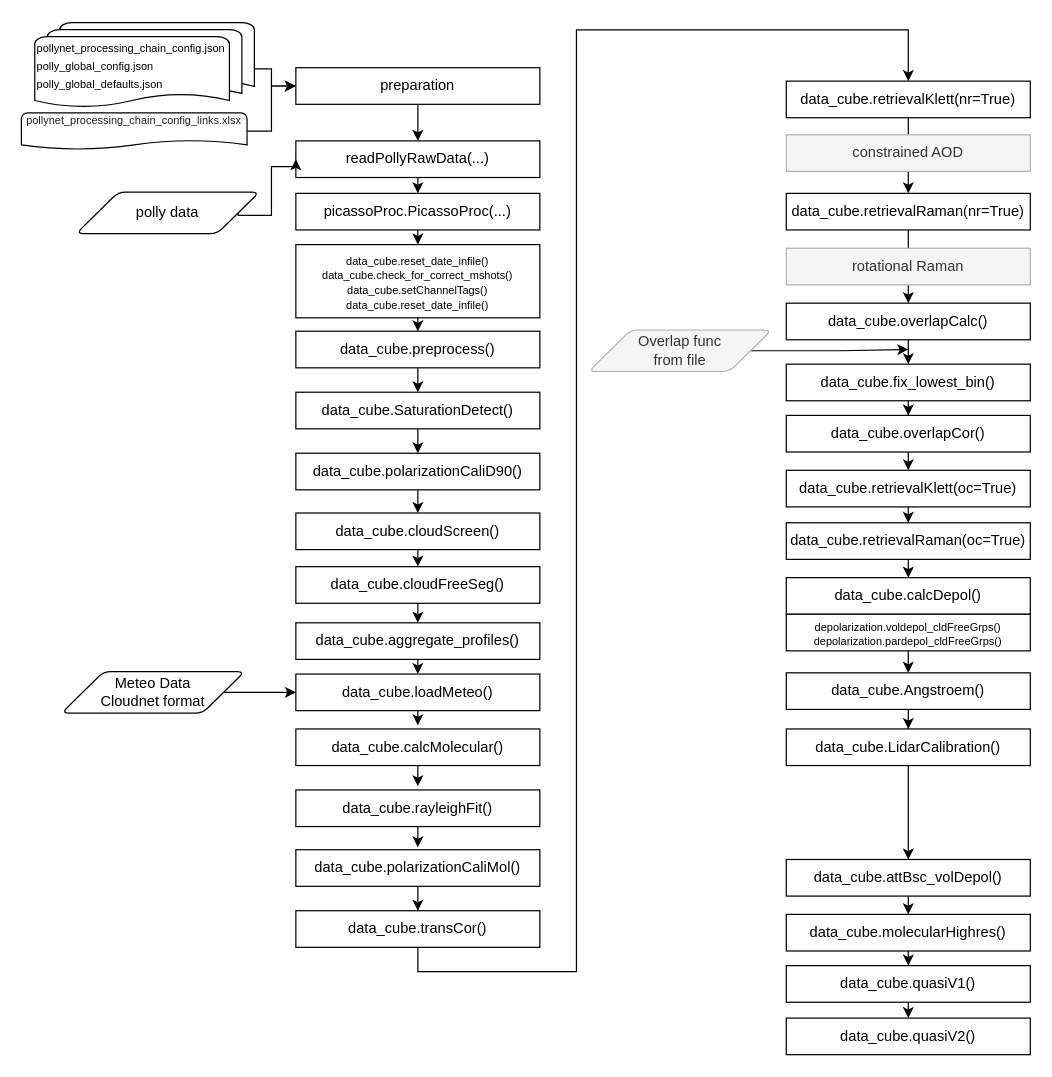
Above: docs/source/userguide/PicassoPy_data_flow.drawio in PollyNET/PicassoPy (draw.io), before the change. Source tidied: cells renumbered, new cells numbered last; positions are measured from the earlier drawing's top-left corner, leaving out a move shared by most shapes. Both pictures are drawn from the tidied source at 122%, with x=0, y=0 at pixel (21, 22).
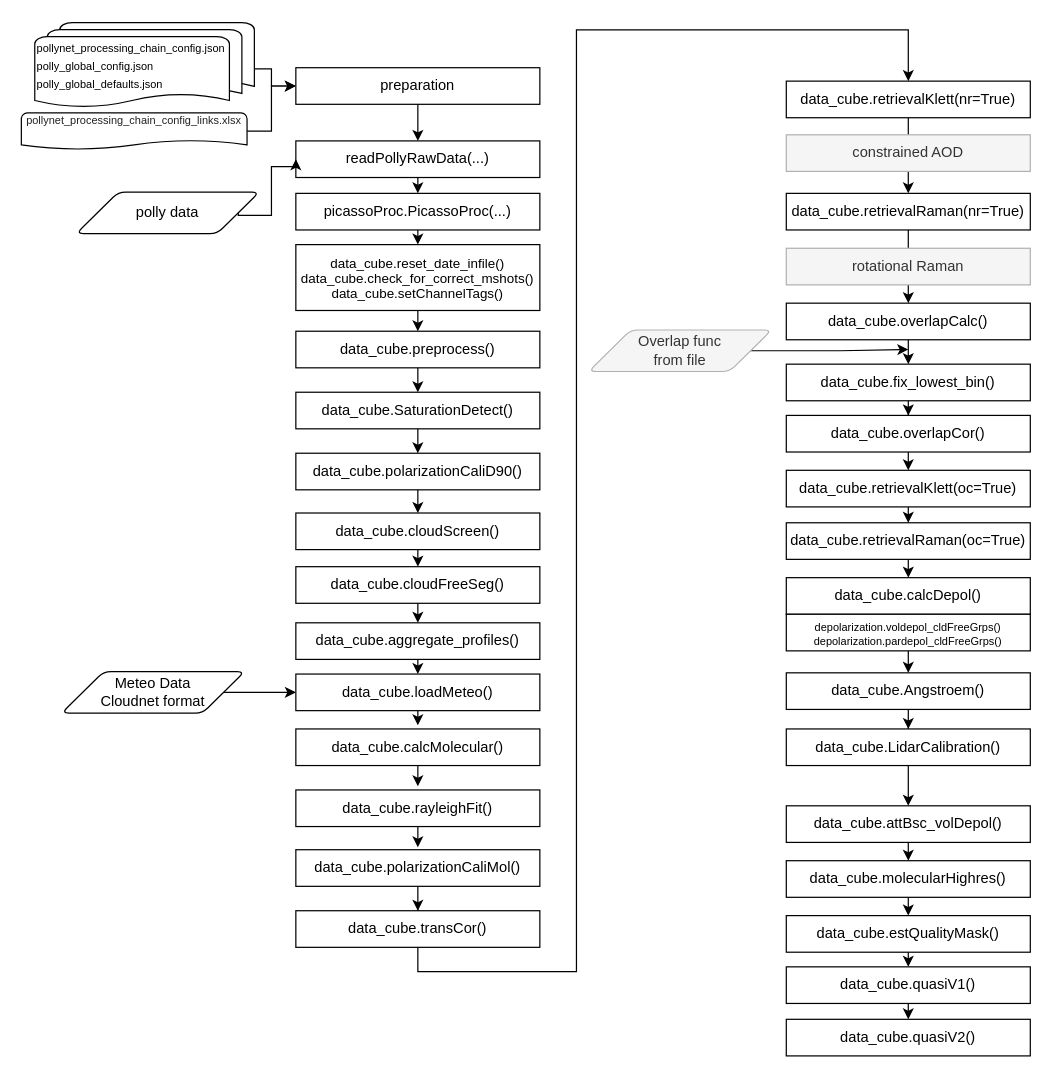
The same diagram, later.

Diff of the diagram source:
```diff
@@
     <mxCell id="51" value="data_cube.attBsc_volDepol()" style="rounded=0;whiteSpace=wrap;html=1;" parent="1" vertex="1">
-      <mxGeometry x="627" y="686" width="200" height="30" as="geometry" />
+      <mxGeometry x="627" y="642" width="200" height="30" as="geometry" />
     </mxCell>
-    <mxCell id="52" style="edgeStyle=orthogonalEdgeStyle;rounded=0;jettySize=auto;html=1;exitX=0.5;exitY=1;exitDx=0;exitDy=0;entryX=0.5;entryY=0;entryDx=0;entryDy=0;" parent="1" edge="1" source="53" target="55">
+    <mxCell id="52" style="edgeStyle=orthogonalEdgeStyle;rounded=0;jettySize=auto;html=1;exitX=0.5;exitY=1;exitDx=0;exitDy=0;entryX=0.5;entryY=0;entryDx=0;entryDy=0;" parent="1" edge="1" source="53" target="72">
       <mxGeometry relative="1" as="geometry" />
     </mxCell>
     <mxCell id="53" value="data_cube.molecularHighres()" style="rounded=0;whiteSpace=wrap;html=1;" parent="1" vertex="1">
-      <mxGeometry x="627" y="731" width="200" height="30" as="geometry" />
+      <mxGeometry x="627" y="687" width="200" height="30" as="geometry" />
     </mxCell>
@@
     <mxCell id="55" value="data_cube.quasiV1()" style="rounded=0;whiteSpace=wrap;html=1;" parent="1" vertex="1">
-      <mxGeometry x="627" y="773" width="200" height="30" as="geometry" />
+      <mxGeometry x="627" y="774" width="200" height="30" as="geometry" />
     </mxCell>
     <mxCell id="56" value="data_cube.quasiV2()" style="rounded=0;whiteSpace=wrap;html=1;" parent="1" vertex="1">
-      <mxGeometry x="627" y="816" width="200" height="30" as="geometry" />
+      <mxGeometry x="627" y="817" width="200" height="30" as="geometry" />
     </mxCell>
@@
-    <mxCell id="71" value="&lt;div style=&quot;line-height: 100%;&quot;&gt;&lt;div&gt;&lt;font style=&quot;font-size: 9px; line-height: 100%;&quot;&gt;data_cube.reset_date_infile()&lt;/font&gt;&lt;/div&gt;&lt;div&gt;&lt;font style=&quot;font-size: 9px; line-height: 100%;&quot;&gt;data_cube.check_for_correct_mshots()&lt;/font&gt;&lt;/div&gt;&lt;div&gt;&lt;font style=&quot;font-size: 9px; line-height: 100%;&quot;&gt;data_cube.setChannelTags()&lt;/font&gt;&lt;/div&gt;&lt;div&gt;&lt;font style=&quot;font-size: 9px; line-height: 100%;&quot;&gt;data_cube.reset_date_infile()&lt;/font&gt;&lt;/div&gt;&lt;/div&gt;" style="rounded=0;whiteSpace=wrap;html=1;" parent="1" vertex="1">
-      <mxGeometry x="225" y="182" width="200" height="60" as="geometry" />
+    <mxCell id="71" value="&lt;div style=&quot;line-height: 100%;&quot;&gt;&lt;div&gt;&lt;font style=&quot;line-height: 100%; font-size: 11px;&quot;&gt;data_cube.reset_date_infile()&lt;/font&gt;&lt;/div&gt;&lt;div&gt;&lt;font style=&quot;line-height: 100%; font-size: 11px;&quot;&gt;data_cube.check_for_correct_mshots()&lt;/font&gt;&lt;/div&gt;&lt;div&gt;&lt;font style=&quot;line-height: 100%; font-size: 11px;&quot;&gt;data_cube.setChannelTags()&lt;/font&gt;&lt;/div&gt;&lt;/div&gt;" style="rounded=0;whiteSpace=wrap;html=1;" parent="1" vertex="1">
+      <mxGeometry x="225" y="182" width="200" height="54" as="geometry" />
     </mxCell>
+    <mxCell id="72" value="data_cube.estQualityMask()" style="rounded=0;whiteSpace=wrap;html=1;" parent="1" vertex="1">
+      <mxGeometry x="627" y="732" width="200" height="30" as="geometry" />
+    </mxCell>
+    <mxCell id="73" style="edgeStyle=orthogonalEdgeStyle;rounded=0;jettySize=auto;html=1;exitX=0.5;exitY=1;exitDx=0;exitDy=0;entryX=0.5;entryY=0;entryDx=0;entryDy=0;" parent="1" edge="1" source="72" target="55">
+      <mxGeometry relative="1" as="geometry" />
+    </mxCell>
```
